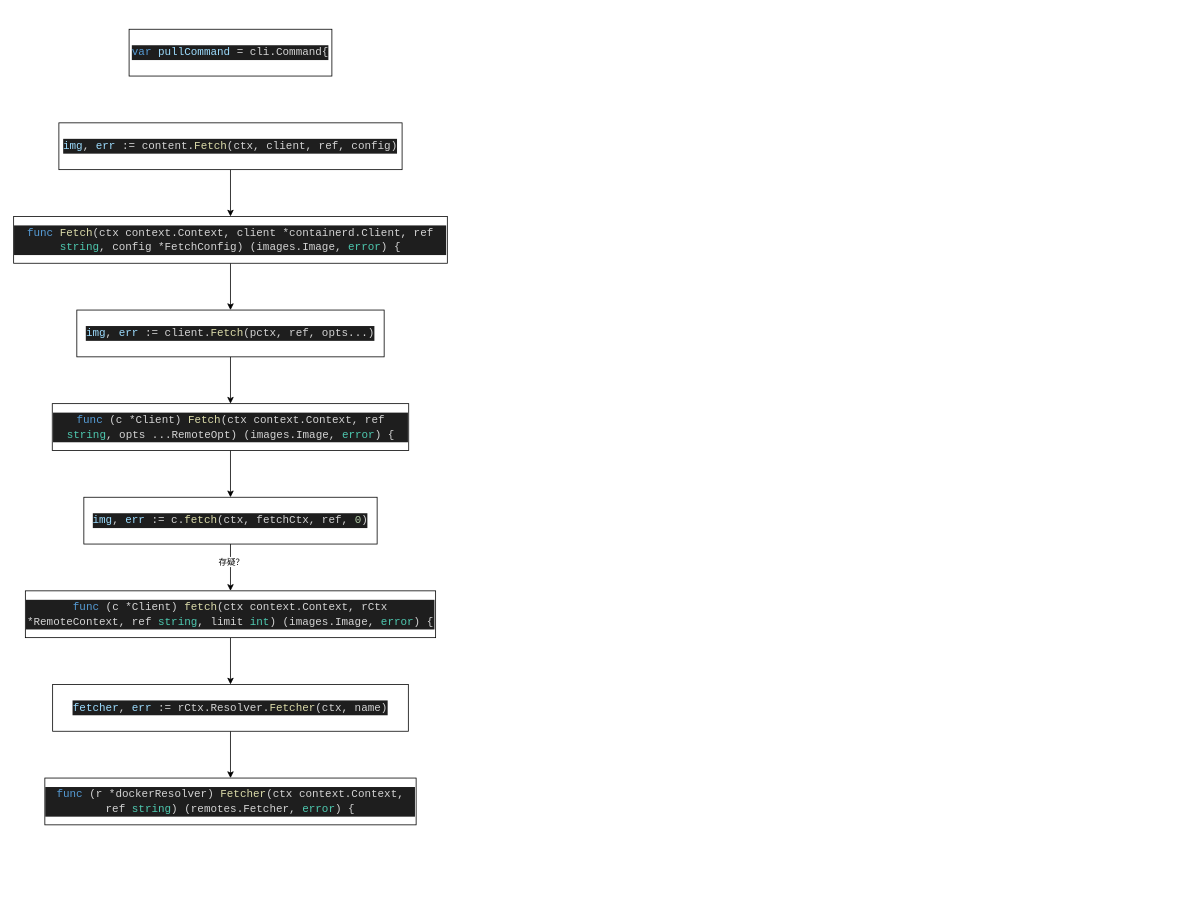
Before: page "containerd" (4 of 4) of Ceph Librbd PWL .drawio in CongMinYin/flow, a draw.io diagram. Source tidied: cells renumbered, new cells numbered last; positions are measured from the earlier drawing's top-left corner, leaving out a move shared by most shapes. Both pictures are drawn from the tidied source at 78%, with x=0, y=0 at pixel (13, 29).
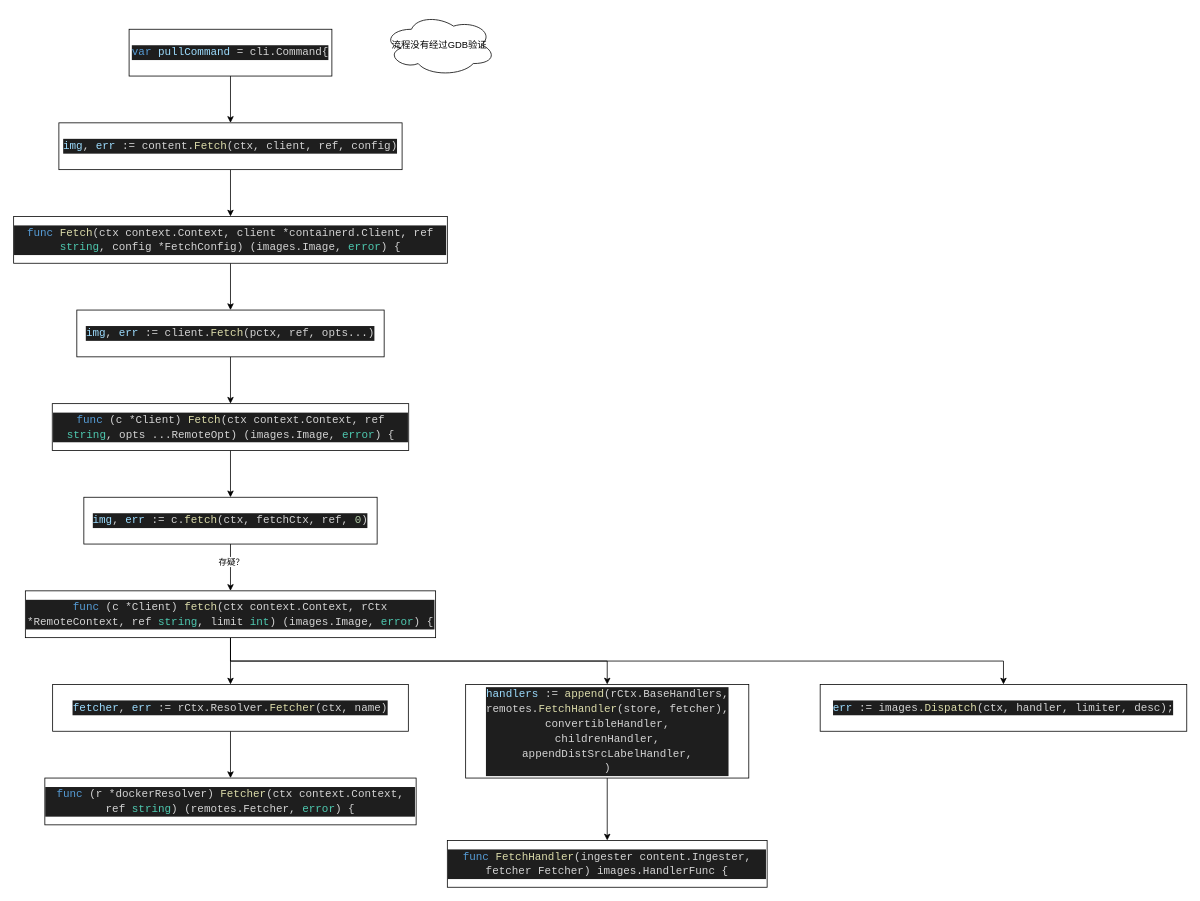
Above is the later version.

The change refers to these unchanged cells:
```xml
<mxCell id="2" value="&lt;div style=&quot;color: rgb(212, 212, 212); background-color: rgb(30, 30, 30); font-family: &amp;quot;Droid Sans Mono&amp;quot;, monospace, monospace, &amp;quot;Droid Sans Fallback&amp;quot;; font-size: 14px; line-height: 19px;&quot;&gt;&lt;span style=&quot;color: #569cd6;&quot;&gt;var&lt;/span&gt; &lt;span style=&quot;color: #9cdcfe;&quot;&gt;pullCommand&lt;/span&gt; = cli.Command{&lt;/div&gt;" style="rounded=0;whiteSpace=wrap;html=1;" parent="1" vertex="1">
  <mxGeometry x="148" width="260" height="60" as="geometry" />
</mxCell>
<mxCell id="4" value="&lt;div style=&quot;color: rgb(212, 212, 212); background-color: rgb(30, 30, 30); font-family: &amp;quot;Droid Sans Mono&amp;quot;, monospace, monospace, &amp;quot;Droid Sans Fallback&amp;quot;; font-size: 14px; line-height: 19px;&quot;&gt;&lt;span style=&quot;color: #9cdcfe;&quot;&gt;img&lt;/span&gt;, &lt;span style=&quot;color: #9cdcfe;&quot;&gt;err&lt;/span&gt; := content.&lt;span style=&quot;color: #dcdcaa;&quot;&gt;Fetch&lt;/span&gt;(ctx, client, ref, config)&lt;/div&gt;" style="rounded=0;whiteSpace=wrap;html=1;" parent="1" vertex="1">
  <mxGeometry x="58" y="120" width="440" height="60" as="geometry" />
</mxCell>
<mxCell id="6" value="&lt;div style=&quot;color: rgb(212, 212, 212); background-color: rgb(30, 30, 30); font-family: &amp;quot;Droid Sans Mono&amp;quot;, monospace, monospace, &amp;quot;Droid Sans Fallback&amp;quot;; font-size: 14px; line-height: 19px;&quot;&gt;&lt;span style=&quot;color: #569cd6;&quot;&gt;func&lt;/span&gt; (c *Client) &lt;span style=&quot;color: #dcdcaa;&quot;&gt;fetch&lt;/span&gt;(ctx context.Context, rCtx *RemoteContext, ref &lt;span style=&quot;color: #4ec9b0;&quot;&gt;string&lt;/span&gt;, limit &lt;span style=&quot;color: #4ec9b0;&quot;&gt;int&lt;/span&gt;) (images.Image, &lt;span style=&quot;color: #4ec9b0;&quot;&gt;error&lt;/span&gt;) {&lt;/div&gt;" style="rounded=0;whiteSpace=wrap;html=1;" parent="1" vertex="1">
  <mxGeometry x="15" y="720" width="526" height="60" as="geometry" />
</mxCell>
```

The edit, as a diff of the source:
```diff
@@
+    <mxCell id="19" style="edgeStyle=orthogonalEdgeStyle;rounded=0;jettySize=auto;html=1;exitX=0.5;exitY=1;exitDx=0;exitDy=0;" parent="1" edge="1" source="2" target="4">
+      <mxGeometry relative="1" as="geometry" />
+    </mxCell>
@@
+    <mxCell id="20" style="edgeStyle=orthogonalEdgeStyle;rounded=0;jettySize=auto;html=1;exitX=0.5;exitY=1;exitDx=0;exitDy=0;" parent="1" edge="1" source="6" target="25">
+      <mxGeometry relative="1" as="geometry" />
+    </mxCell>
+    <mxCell id="21" style="edgeStyle=orthogonalEdgeStyle;rounded=0;jettySize=auto;html=1;exitX=0.5;exitY=1;exitDx=0;exitDy=0;" parent="1" edge="1" source="6" target="26">
+      <mxGeometry relative="1" as="geometry" />
+    </mxCell>
@@
+    <mxCell id="22" value="&lt;div style=&quot;color: rgb(212, 212, 212); background-color: rgb(30, 30, 30); font-family: &amp;quot;Droid Sans Mono&amp;quot;, monospace, monospace, &amp;quot;Droid Sans Fallback&amp;quot;; font-size: 14px; line-height: 19px;&quot;&gt;&lt;span style=&quot;color: #569cd6;&quot;&gt;func&lt;/span&gt; &lt;span style=&quot;color: #dcdcaa;&quot;&gt;FetchHandler&lt;/span&gt;(ingester content.Ingester, fetcher Fetcher) images.HandlerFunc {&lt;/div&gt;" style="rounded=0;whiteSpace=wrap;html=1;" parent="1" vertex="1">
+      <mxGeometry x="556" y="1040" width="410" height="60" as="geometry" />
+    </mxCell>
+    <mxCell id="23" value="流程没有经过GDB验证" style="ellipse;shape=cloud;whiteSpace=wrap;html=1;" parent="1" vertex="1">
+      <mxGeometry x="474" y="-20" width="144" height="80" as="geometry" />
+    </mxCell>
+    <mxCell id="24" style="edgeStyle=orthogonalEdgeStyle;rounded=0;jettySize=auto;html=1;exitX=0.5;exitY=1;exitDx=0;exitDy=0;" parent="1" edge="1" source="25" target="22">
+      <mxGeometry relative="1" as="geometry" />
+    </mxCell>
+    <mxCell id="25" value="&lt;div style=&quot;color: rgb(212, 212, 212); background-color: rgb(30, 30, 30); font-family: &amp;quot;Droid Sans Mono&amp;quot;, monospace, monospace, &amp;quot;Droid Sans Fallback&amp;quot;; font-size: 14px; line-height: 19px;&quot;&gt;&lt;div&gt;&lt;span style=&quot;color: #9cdcfe;&quot;&gt;handlers&lt;/span&gt; := &lt;span style=&quot;color: #dcdcaa;&quot;&gt;append&lt;/span&gt;(rCtx.BaseHandlers,&lt;/div&gt;&lt;div&gt;      remotes.&lt;span style=&quot;color: #dcdcaa;&quot;&gt;FetchHandler&lt;/span&gt;(store, fetcher),&lt;/div&gt;&lt;div&gt;      convertibleHandler,&lt;/div&gt;&lt;div&gt;      childrenHandler,&lt;/div&gt;&lt;div&gt;      appendDistSrcLabelHandler,&lt;/div&gt;&lt;div&gt;    )&lt;/div&gt;&lt;/div&gt;" style="rounded=0;whiteSpace=wrap;html=1;" parent="1" vertex="1">
+      <mxGeometry x="579.5" y="840" width="363" height="120" as="geometry" />
+    </mxCell>
+    <mxCell id="26" value="&lt;div style=&quot;color: rgb(212, 212, 212); background-color: rgb(30, 30, 30); font-family: &amp;quot;Droid Sans Mono&amp;quot;, monospace, monospace, &amp;quot;Droid Sans Fallback&amp;quot;; font-size: 14px; line-height: 19px;&quot;&gt;&lt;span style=&quot;color: #9cdcfe;&quot;&gt;err&lt;/span&gt; := images.&lt;span style=&quot;color: #dcdcaa;&quot;&gt;Dispatch&lt;/span&gt;(ctx, handler, limiter, desc);&lt;/div&gt;" style="rounded=0;whiteSpace=wrap;html=1;" parent="1" vertex="1">
+      <mxGeometry x="1034" y="840" width="470" height="60" as="geometry" />
+    </mxCell>
```
